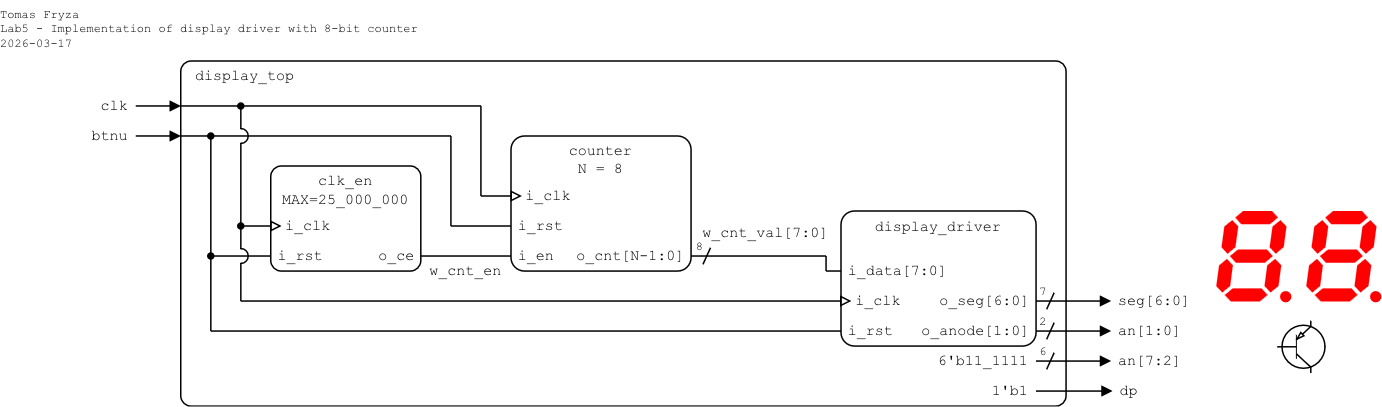
The draw.io diagram lab5-display/images/top-level_ver2.png in tomas-fryza/verilog-examples, before a commit. Source tidied: cells renumbered, new cells last; positions are measured from the earlier drawing's top-left corner, leaving out a move shared by most shapes.
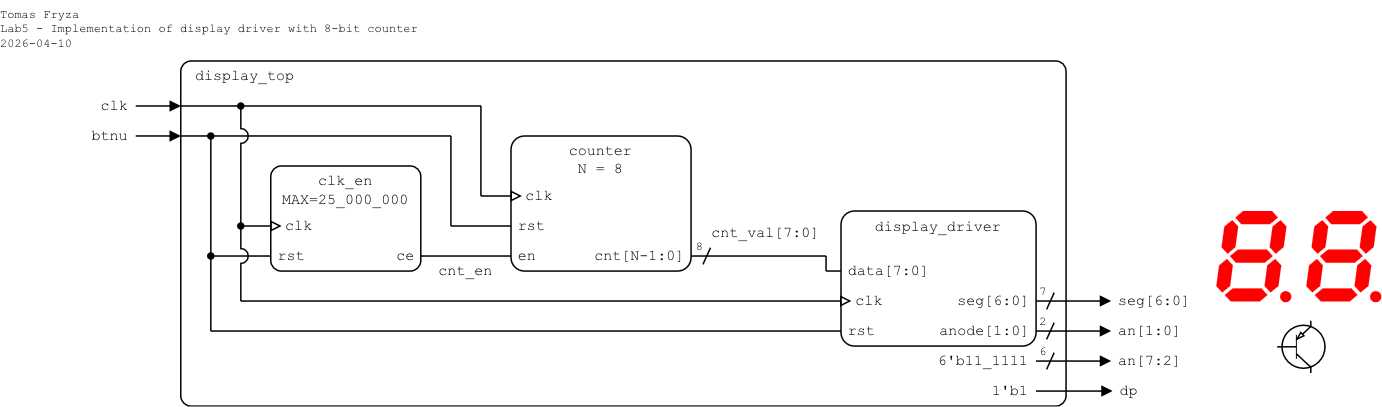
After the commit.

The edit, as a diff of the source:
```diff
@@ -53,7 +53,7 @@
         <mxPoint x="697" y="245.5" as="targetPoint" />
       </mxGeometry>
     </mxCell>
-    <mxCell id="14" value="&lt;div&gt;Tomas Fryza&lt;/div&gt;&lt;div&gt;Lab5 - Implementation of display driver with 8-bit counter&lt;/div&gt;&lt;div&gt;2026-03-17&lt;/div&gt;" style="text;html=1;align=left;verticalAlign=top;whiteSpace=wrap;rounded=0;fontFamily=Courier New;fontSize=8;fillOpacity=100;spacing=0;spacingLeft=0;" parent="1" vertex="1">
+    <mxCell id="14" value="&lt;div&gt;Tomas Fryza&lt;/div&gt;&lt;div&gt;Lab5 - Implementation of display driver with 8-bit counter&lt;/div&gt;&lt;div&gt;2026-04-10&lt;/div&gt;" style="text;html=1;align=left;verticalAlign=top;whiteSpace=wrap;rounded=0;fontFamily=Courier New;fontSize=8;fillOpacity=100;spacing=0;spacingLeft=0;" parent="1" vertex="1">
       <mxGeometry width="280" height="40" as="geometry" />
     </mxCell>
     <mxCell id="15" style="endArrow=none;html=1;rounded=0;endFill=0;endSize=5;startSize=5;" parent="1" edge="1">
@@ -194,7 +194,7 @@
         <mxPoint x="340" y="150" as="targetPoint" />
       </mxGeometry>
     </mxCell>
-    <mxCell id="43" value="w_cnt_en" style="text;html=1;align=center;verticalAlign=middle;whiteSpace=wrap;rounded=0;fontFamily=Courier New;fontSize=10;fillOpacity=100;spacing=2;spacingLeft=0;" parent="1" vertex="1">
+    <mxCell id="43" value="cnt_en" style="text;html=1;align=center;verticalAlign=middle;whiteSpace=wrap;rounded=0;fontFamily=Courier New;fontSize=10;fillOpacity=100;spacing=2;spacingLeft=0;" parent="1" vertex="1">
       <mxGeometry x="280" y="170" width="60" height="20" as="geometry" />
     </mxCell>
     <mxCell id="44" style="endArrow=block;html=1;rounded=0;endFill=0;endSize=5;startSize=5;" parent="1" edge="1">
@@ -242,7 +242,7 @@
         <mxPoint x="550" y="170" as="targetPoint" />
       </mxGeometry>
     </mxCell>
-    <mxCell id="52" value="w_cnt_val[7:0]" style="text;html=1;align=center;verticalAlign=middle;whiteSpace=wrap;rounded=0;fontFamily=Courier New;fontSize=10;fillOpacity=100;spacing=2;spacingLeft=0;" parent="1" vertex="1">
+    <mxCell id="52" value="cnt_val[7:0]" style="text;html=1;align=center;verticalAlign=middle;whiteSpace=wrap;rounded=0;fontFamily=Courier New;fontSize=10;fillOpacity=100;spacing=2;spacingLeft=0;" parent="1" vertex="1">
       <mxGeometry x="460" y="145" width="100" height="20" as="geometry" />
     </mxCell>
     <mxCell id="53" value="&lt;div&gt;counter&lt;/div&gt;&lt;div&gt;N = 8&lt;/div&gt;" style="rounded=1;arcSize=10;align=center;verticalAlign=top;fontFamily=Courier New;absoluteArcSize=0;fillColor=none;fixDash=0;fontSize=10;spacingLeft=0;labelBorderColor=none;spacingTop=0;spacing=0;labelBackgroundColor=none;whiteSpace=wrap;html=1;strokeWidth=1;shadow=0;glass=0;" parent="1" vertex="1">
@@ -251,43 +251,43 @@
     <mxCell id="54" value="clk_en&lt;div&gt;MAX=25_000_000&lt;br&gt;&lt;/div&gt;" style="rounded=1;arcSize=10;align=center;verticalAlign=top;fontFamily=Courier New;absoluteArcSize=0;fillColor=none;fixDash=0;fontSize=10;spacingLeft=0;labelBorderColor=none;spacingTop=0;spacing=0;labelBackgroundColor=none;whiteSpace=wrap;html=1;strokeWidth=1;shadow=0;glass=0;" parent="1" vertex="1">
       <mxGeometry x="180" y="110" width="100" height="70" as="geometry" />
     </mxCell>
-    <mxCell id="55" value="i_rst" style="text;html=1;align=left;verticalAlign=middle;whiteSpace=wrap;rounded=0;fontFamily=Courier New;fontSize=10;fillOpacity=100;spacingLeft=5;spacing=0;" parent="1" vertex="1">
+    <mxCell id="55" value="rst" style="text;html=1;align=left;verticalAlign=middle;whiteSpace=wrap;rounded=0;fontFamily=Courier New;fontSize=10;fillOpacity=100;spacingLeft=5;spacing=0;" parent="1" vertex="1">
       <mxGeometry x="180" y="160" width="40.6" height="20" as="geometry" />
     </mxCell>
-    <mxCell id="56" value="i_clk" style="text;html=1;align=left;verticalAlign=middle;whiteSpace=wrap;rounded=0;fontFamily=Courier New;fontSize=10;fillOpacity=100;spacing=0;spacingLeft=10;" parent="1" vertex="1">
+    <mxCell id="56" value="clk" style="text;html=1;align=left;verticalAlign=middle;whiteSpace=wrap;rounded=0;fontFamily=Courier New;fontSize=10;fillOpacity=100;spacing=0;spacingLeft=10;" parent="1" vertex="1">
       <mxGeometry x="180" y="140" width="50.6" height="20" as="geometry" />
     </mxCell>
-    <mxCell id="57" value="o_ce" style="text;html=1;align=right;verticalAlign=middle;whiteSpace=wrap;rounded=0;fontFamily=Courier New;fontSize=10;fillOpacity=100;spacing=0;spacingRight=5;" parent="1" vertex="1">
+    <mxCell id="57" value="ce" style="text;html=1;align=right;verticalAlign=middle;whiteSpace=wrap;rounded=0;fontFamily=Courier New;fontSize=10;fillOpacity=100;spacing=0;spacingRight=5;" parent="1" vertex="1">
       <mxGeometry x="250.6" y="160" width="30" height="20" as="geometry" />
     </mxCell>
-    <mxCell id="58" value="i_rst" style="text;html=1;align=left;verticalAlign=middle;whiteSpace=wrap;rounded=0;fontFamily=Courier New;fontSize=10;fillOpacity=100;spacingLeft=5;spacing=0;" parent="1" vertex="1">
+    <mxCell id="58" value="rst" style="text;html=1;align=left;verticalAlign=middle;whiteSpace=wrap;rounded=0;fontFamily=Courier New;fontSize=10;fillOpacity=100;spacingLeft=5;spacing=0;" parent="1" vertex="1">
       <mxGeometry x="340" y="140" width="40.6" height="20" as="geometry" />
     </mxCell>
-    <mxCell id="59" value="i_clk" style="text;html=1;align=left;verticalAlign=middle;whiteSpace=wrap;rounded=0;fontFamily=Courier New;fontSize=10;fillOpacity=100;spacing=0;spacingLeft=10;" parent="1" vertex="1">
+    <mxCell id="59" value="clk" style="text;html=1;align=left;verticalAlign=middle;whiteSpace=wrap;rounded=0;fontFamily=Courier New;fontSize=10;fillOpacity=100;spacing=0;spacingLeft=10;" parent="1" vertex="1">
       <mxGeometry x="340" y="120" width="40.6" height="20" as="geometry" />
     </mxCell>
-    <mxCell id="60" value="o_cnt[N-1:0]" style="text;html=1;align=right;verticalAlign=middle;whiteSpace=wrap;rounded=0;fontFamily=Courier New;fontSize=10;fillOpacity=100;spacing=0;spacingRight=5;" parent="1" vertex="1">
+    <mxCell id="60" value="cnt[N-1:0]" style="text;html=1;align=right;verticalAlign=middle;whiteSpace=wrap;rounded=0;fontFamily=Courier New;fontSize=10;fillOpacity=100;spacing=0;spacingRight=5;" parent="1" vertex="1">
       <mxGeometry x="380.6" y="160" width="80" height="20" as="geometry" />
     </mxCell>
-    <mxCell id="61" value="i_en" style="text;html=1;align=left;verticalAlign=middle;whiteSpace=wrap;rounded=0;fontFamily=Courier New;fontSize=10;fillOpacity=100;spacingLeft=5;spacing=0;" parent="1" vertex="1">
+    <mxCell id="61" value="en" style="text;html=1;align=left;verticalAlign=middle;whiteSpace=wrap;rounded=0;fontFamily=Courier New;fontSize=10;fillOpacity=100;spacingLeft=5;spacing=0;" parent="1" vertex="1">
       <mxGeometry x="340" y="160" width="30.6" height="20" as="geometry" />
     </mxCell>
     <mxCell id="62" value="display_driver" style="rounded=1;arcSize=10;align=center;verticalAlign=top;fontFamily=Courier New;absoluteArcSize=0;fillColor=none;fixDash=0;fontSize=10;spacingLeft=0;labelBorderColor=none;spacingTop=0;spacing=0;labelBackgroundColor=none;whiteSpace=wrap;html=1;strokeWidth=1;shadow=0;glass=0;" parent="1" vertex="1">
       <mxGeometry x="560" y="140" width="130" height="90" as="geometry" />
     </mxCell>
-    <mxCell id="63" value="i_rst" style="text;html=1;align=left;verticalAlign=middle;whiteSpace=wrap;rounded=0;fontFamily=Courier New;fontSize=10;fillOpacity=100;spacingLeft=5;spacing=0;" parent="1" vertex="1">
+    <mxCell id="63" value="rst" style="text;html=1;align=left;verticalAlign=middle;whiteSpace=wrap;rounded=0;fontFamily=Courier New;fontSize=10;fillOpacity=100;spacingLeft=5;spacing=0;" parent="1" vertex="1">
       <mxGeometry x="560" y="210" width="40.6" height="20" as="geometry" />
     </mxCell>
-    <mxCell id="64" value="i_clk" style="text;html=1;align=left;verticalAlign=middle;whiteSpace=wrap;rounded=0;fontFamily=Courier New;fontSize=10;fillOpacity=100;spacing=0;spacingLeft=10;" parent="1" vertex="1">
+    <mxCell id="64" value="clk" style="text;html=1;align=left;verticalAlign=middle;whiteSpace=wrap;rounded=0;fontFamily=Courier New;fontSize=10;fillOpacity=100;spacing=0;spacingLeft=10;" parent="1" vertex="1">
       <mxGeometry x="560" y="190" width="50.6" height="20" as="geometry" />
     </mxCell>
-    <mxCell id="65" value="o_seg[6:0]" style="text;html=1;align=right;verticalAlign=middle;whiteSpace=wrap;rounded=0;fontFamily=Courier New;fontSize=10;fillOpacity=100;spacing=0;spacingRight=5;" parent="1" vertex="1">
+    <mxCell id="65" value="seg[6:0]" style="text;html=1;align=right;verticalAlign=middle;whiteSpace=wrap;rounded=0;fontFamily=Courier New;fontSize=10;fillOpacity=100;spacing=0;spacingRight=5;" parent="1" vertex="1">
       <mxGeometry x="620.6" y="190" width="70" height="20" as="geometry" />
     </mxCell>
-    <mxCell id="66" value="i_data[7:0]" style="text;html=1;align=left;verticalAlign=middle;whiteSpace=wrap;rounded=0;fontFamily=Courier New;fontSize=10;fillOpacity=100;spacingLeft=5;spacing=0;" parent="1" vertex="1">
+    <mxCell id="66" value="data[7:0]" style="text;html=1;align=left;verticalAlign=middle;whiteSpace=wrap;rounded=0;fontFamily=Courier New;fontSize=10;fillOpacity=100;spacingLeft=5;spacing=0;" parent="1" vertex="1">
       <mxGeometry x="560" y="170" width="70.6" height="20" as="geometry" />
     </mxCell>
-    <mxCell id="67" value="o_anode[1:0]" style="text;html=1;align=right;verticalAlign=middle;whiteSpace=wrap;rounded=0;fontFamily=Courier New;fontSize=10;fillOpacity=100;spacing=0;spacingRight=5;" parent="1" vertex="1">
+    <mxCell id="67" value="anode[1:0]" style="text;html=1;align=right;verticalAlign=middle;whiteSpace=wrap;rounded=0;fontFamily=Courier New;fontSize=10;fillOpacity=100;spacing=0;spacingRight=5;" parent="1" vertex="1">
       <mxGeometry x="610.6" y="210" width="80" height="20" as="geometry" />
     </mxCell>
   </root>
```
